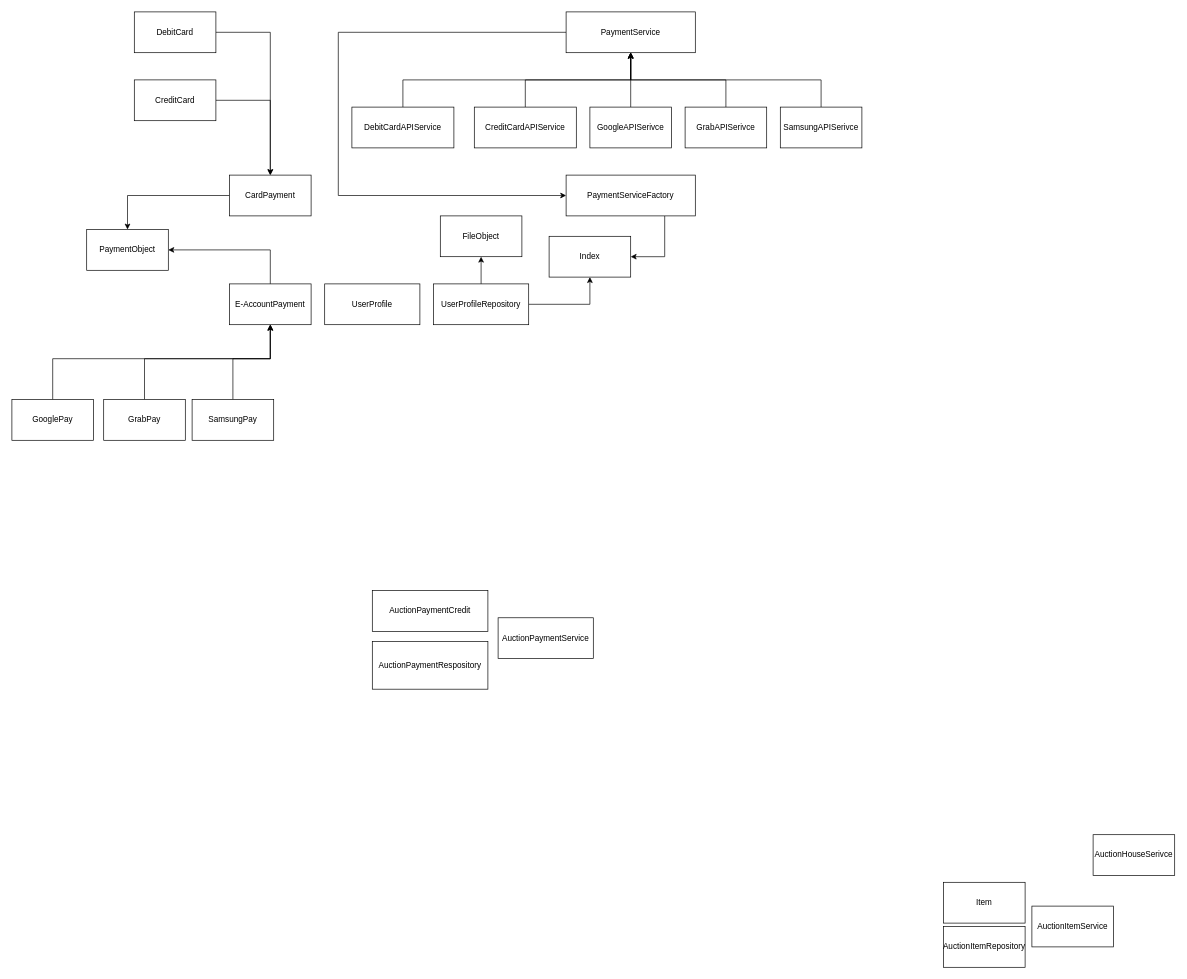
csyviroy/java-programming keeps this draw.io diagram as page "Page-1" (1 of 2) of solid_principles/AuctionHouse.drawio. Above is the earlier version. Source tidied: cells renumbered, new cells numbered last; positions are measured from the earlier drawing's top-left corner, leaving out a move shared by most shapes. Both pictures are drawn from the tidied source at 68%, with x=0, y=0 at pixel (12, 12).
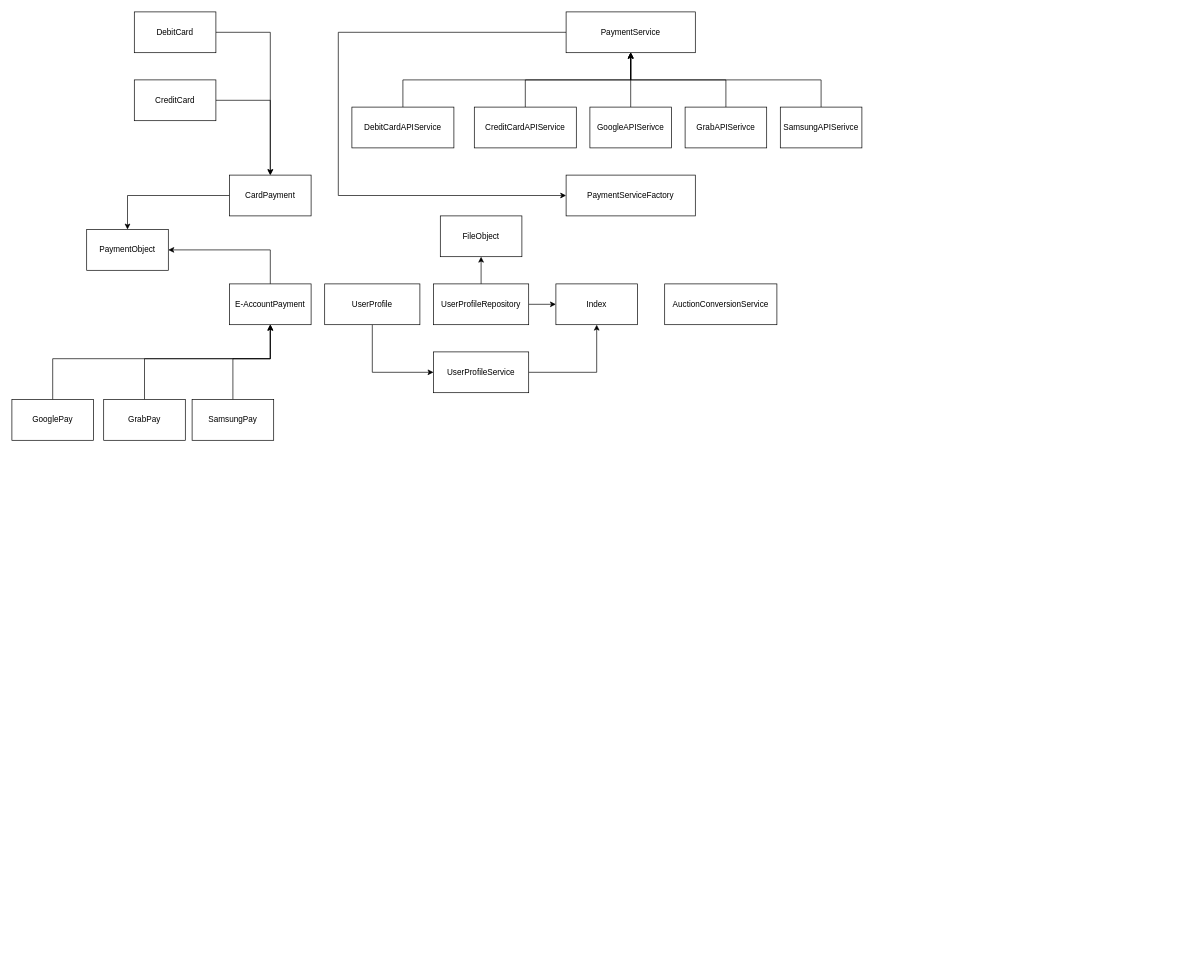
The same diagram, later.

Commit message (it also covers changes not shown here):
Add in token conversion to the auction house.

The change refers to these unchanged cells:
```xml
<mxCell id="2" value="UserProfile" style="rounded=0;whiteSpace=wrap;html=1;" parent="1" vertex="1">
  <mxGeometry x="460" y="400" width="140" height="60" as="geometry" />
</mxCell>
<mxCell id="12" value="UserProfileRepository" style="rounded=0;whiteSpace=wrap;html=1;" parent="1" vertex="1">
  <mxGeometry x="620" y="400" width="140" height="60" as="geometry" />
</mxCell>
<mxCell id="41" value="FileObject" style="whiteSpace=wrap;html=1;" parent="1" vertex="1">
  <mxGeometry x="630" y="300" width="120" height="60" as="geometry" />
</mxCell>
<mxCell id="43" value="PaymentServiceFactory" style="whiteSpace=wrap;html=1;" parent="1" vertex="1">
  <mxGeometry x="815" y="240" width="190" height="60" as="geometry" />
</mxCell>
```

Diff of the diagram source:
```diff
@@
+    <mxCell id="44" style="edgeStyle=orthogonalEdgeStyle;rounded=0;jettySize=auto;html=1;entryX=0;entryY=0.5;entryDx=0;entryDy=0;" parent="1" edge="1" source="2" target="46">
+      <mxGeometry relative="1" as="geometry">
+        <Array as="points">
+          <mxPoint x="530" y="530" />
+        </Array>
+      </mxGeometry>
+    </mxCell>
@@
-    <mxCell id="3" value="Item" style="rounded=0;whiteSpace=wrap;html=1;" parent="1" vertex="1">
-      <mxGeometry x="1370" y="1280" width="120" height="60" as="geometry" />
-    </mxCell>
-    <mxCell id="4" value="AuctionItemService" style="rounded=0;whiteSpace=wrap;html=1;" parent="1" vertex="1">
-      <mxGeometry x="1500" y="1315" width="120" height="60" as="geometry" />
-    </mxCell>
-    <mxCell id="5" value="AuctionItemRepository" style="rounded=0;whiteSpace=wrap;html=1;" parent="1" vertex="1">
-      <mxGeometry x="1370" y="1345" width="120" height="60" as="geometry" />
-    </mxCell>
-    <mxCell id="6" value="AuctionHouseSerivce" style="whiteSpace=wrap;html=1;" parent="1" vertex="1">
-      <mxGeometry x="1590" y="1210" width="120" height="60" as="geometry" />
-    </mxCell>
-    <mxCell id="7" value="AuctionPaymentService" style="whiteSpace=wrap;html=1;" parent="1" vertex="1">
-      <mxGeometry x="715" y="891" width="140" height="60" as="geometry" />
+    <mxCell id="7" value="AuctionConversionService" style="whiteSpace=wrap;html=1;" parent="1" vertex="1">
+      <mxGeometry x="960" y="400" width="165" height="60" as="geometry" />
     </mxCell>
-    <mxCell id="8" value="AuctionPaymentCredit" style="whiteSpace=wrap;html=1;" parent="1" vertex="1">
-      <mxGeometry x="530" y="851" width="170" height="60" as="geometry" />
-    </mxCell>
-    <mxCell id="9" value="AuctionPaymentRespository" style="whiteSpace=wrap;html=1;" parent="1" vertex="1">
-      <mxGeometry x="530" y="926" width="170" height="70" as="geometry" />
-    </mxCell>
+    <mxCell id="11" style="edgeStyle=orthogonalEdgeStyle;rounded=0;jettySize=auto;html=1;" parent="1" edge="1" source="12" target="41">
+      <mxGeometry relative="1" as="geometry" />
+    </mxCell>
@@
-    <mxCell id="11" style="edgeStyle=orthogonalEdgeStyle;rounded=0;jettySize=auto;html=1;" parent="1" edge="1" source="12" target="41">
-      <mxGeometry relative="1" as="geometry" />
-    </mxCell>
@@
     <mxCell id="22" value="Index" style="whiteSpace=wrap;html=1;" parent="1" vertex="1">
-      <mxGeometry x="790" y="330" width="120" height="60" as="geometry" />
+      <mxGeometry x="800" y="400" width="120" height="60" as="geometry" />
     </mxCell>
@@
-    <mxCell id="42" style="edgeStyle=orthogonalEdgeStyle;rounded=0;jettySize=auto;html=1;entryX=1;entryY=0.5;entryDx=0;entryDy=0;" parent="1" edge="1" source="43" target="22">
-      <mxGeometry relative="1" as="geometry">
-        <Array as="points">
-          <mxPoint x="960" y="360" />
-        </Array>
-      </mxGeometry>
-    </mxCell>
@@
+    <mxCell id="45" style="edgeStyle=orthogonalEdgeStyle;rounded=0;jettySize=auto;html=1;" parent="1" edge="1" source="46" target="22">
+      <mxGeometry relative="1" as="geometry" />
+    </mxCell>
+    <mxCell id="46" value="UserProfileService" style="rounded=0;whiteSpace=wrap;html=1;" parent="1" vertex="1">
+      <mxGeometry x="620" y="500" width="140" height="60" as="geometry" />
+    </mxCell>
```
